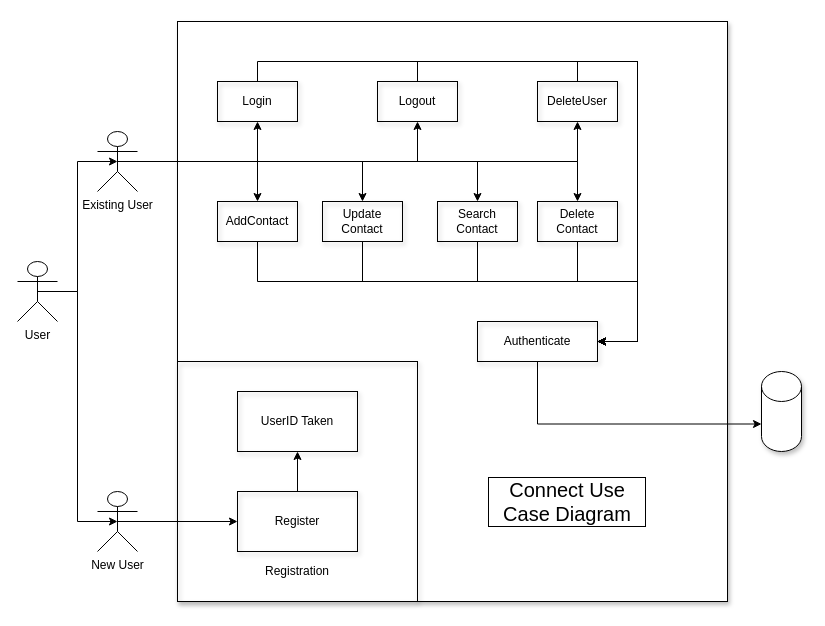
dugoatboy/COP4331-Group17-SmallProject keeps this draw.io diagram as useCase.drawio. Above is the earlier version. Source tidied: cells renumbered, new cells numbered last; positions are measured from the earlier drawing's top-left corner, leaving out a move shared by most shapes. Both pictures are drawn from the tidied source at 100%, with x=0, y=0 at pixel (17, 21).
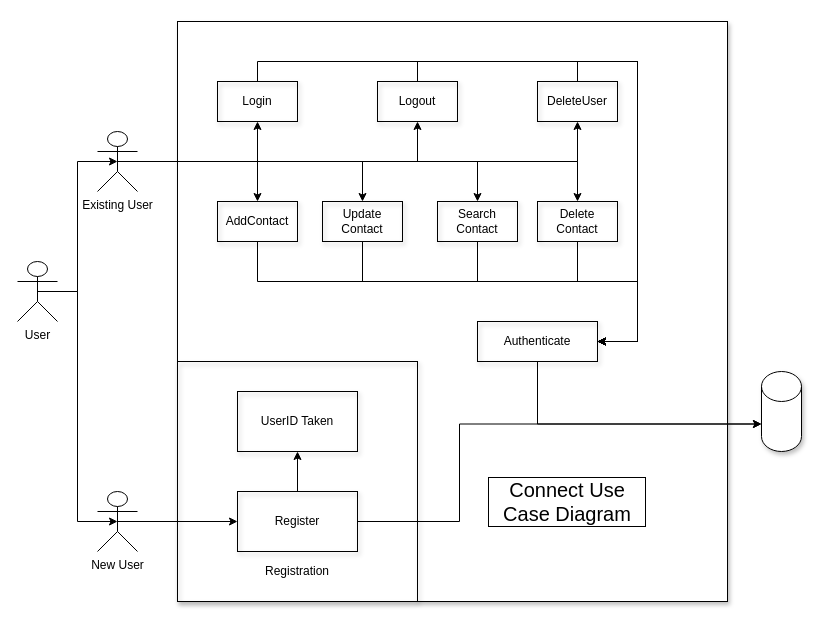
The same page after the edit.

The change refers to these unchanged cells:
```xml
<mxCell id="16" style="shape=cylinder3;whiteSpace=wrap;html=1;boundedLbl=1;backgroundOutline=1;size=15;shadow=1;" parent="1" vertex="1">
  <mxGeometry x="744" y="350" width="40" height="80" as="geometry" />
</mxCell>
<mxCell id="19" value="Register" style="rounded=0;whiteSpace=wrap;html=1;shadow=1;fillColor=none;gradientColor=none;" parent="1" vertex="1">
  <mxGeometry x="220" y="470" width="120" height="60" as="geometry" />
</mxCell>
```

What changed in the source:
```diff
@@
+    <mxCell id="39" style="edgeStyle=orthogonalEdgeStyle;rounded=0;jettySize=auto;html=1;exitX=1;exitY=0.5;exitDx=0;exitDy=0;entryX=0;entryY=0;entryDx=0;entryDy=52.5;entryPerimeter=0;fontSize=20;" parent="1" edge="1" source="19" target="16">
+      <mxGeometry relative="1" as="geometry">
+        <Array as="points">
+          <mxPoint x="442" y="500" />
+          <mxPoint x="442" y="402" />
+        </Array>
+      </mxGeometry>
+    </mxCell>
```
